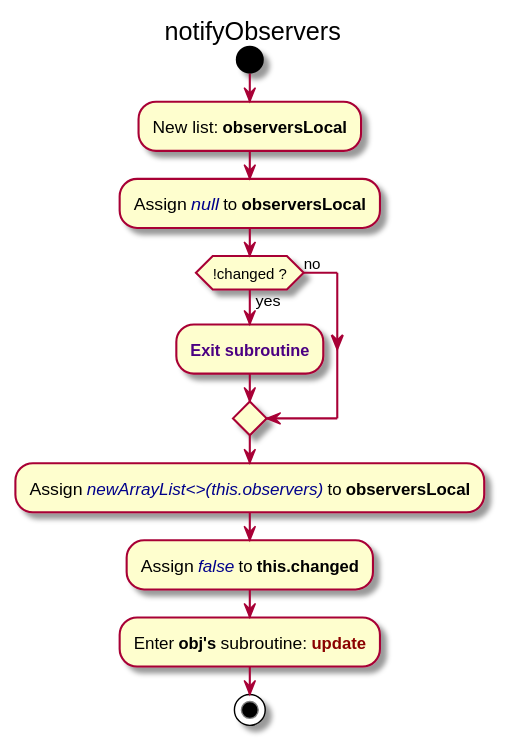
This is Java-documentator/Documentation/images/Method_notifyObservers_diagram.svg from afmoyar/Java-Documentator, a PlantUML export, as it was before one commit.
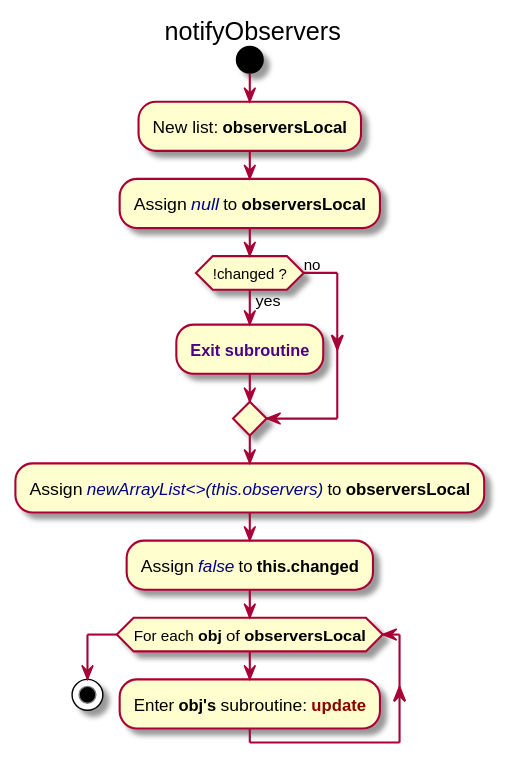
Above is the later version.

The edit, as a diff of the source:
```diff
@@ -9,6 +9,8 @@
 endif
 :Assign <color:darkblue><i>newArrayList<>(this.observers)</i></color> to <b>observersLocal</b>;
 :Assign <color:darkblue><i>false</i></color> to <b>this.changed</b>;
+while(For each <b>obj</b> of <b>observersLocal</b>);
 :Enter <b>obj's</b> subroutine: <color:darkred><b>update</b></color>;
+endWhile
 stop
 @enduml
```
